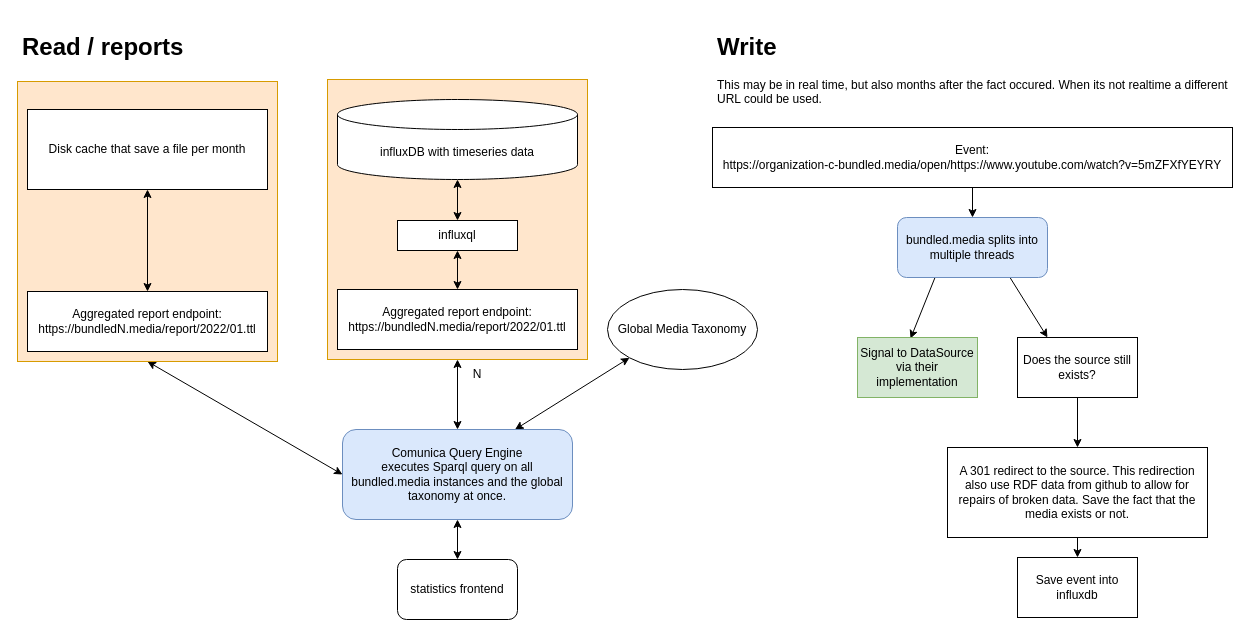
danielbeeke/bundled.media keeps this draw.io diagram as docs/statistics.drawio. Above is the earlier version. Source tidied: cells renumbered, new cells numbered last; positions are measured from the earlier drawing's top-left corner, leaving out a move shared by most shapes. Both pictures are drawn from the tidied source at 100%, with x=0, y=0 at pixel (17, 27).
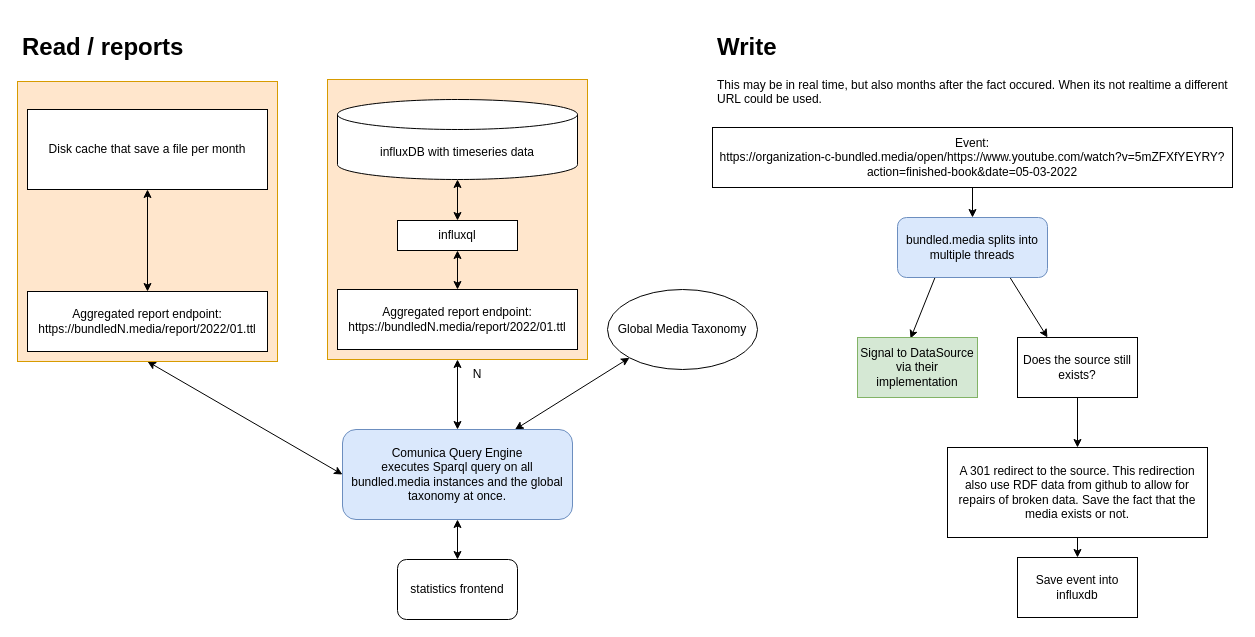
The same diagram, later.

What changed in the source:
```diff
@@
-    <mxCell id="22" value="Event:&lt;br&gt;https://organization-c-bundled.media/open/https://www.youtube.com/watch?v=5mZFXfYEYRY" style="rounded=0;whiteSpace=wrap;html=1;" parent="1" vertex="1">
+    <mxCell id="22" value="Event:&lt;br&gt;https://organization-c-bundled.media/open/https://www.youtube.com/watch?v=5mZFXfYEYRY?action=finished-book&amp;amp;date=05-03-2022" style="rounded=0;whiteSpace=wrap;html=1;" parent="1" vertex="1">
       <mxGeometry x="695" y="100" width="520" height="60" as="geometry" />
     </mxCell>
```
